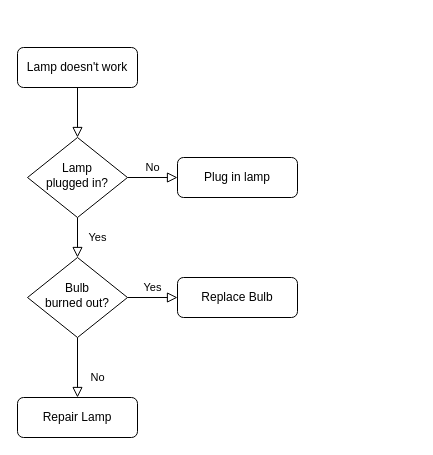
This is Untitled Diagram.drawio from RipXUzoth/Python-L1, a draw.io file, before an edit. Source tidied: cells renumbered, new cells numbered last; positions are measured from the earlier drawing's top-left corner, leaving out a move shared by most shapes. Both pictures are drawn from the tidied source at 100%, with x=0, y=0 at pixel (17, 47).
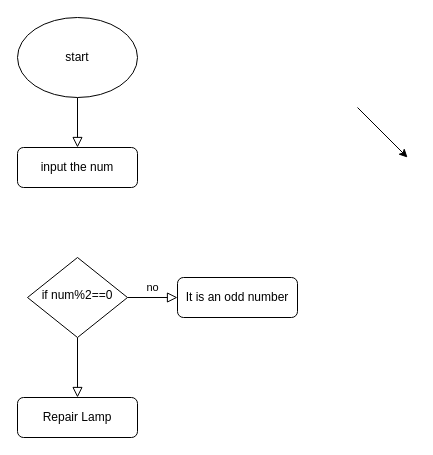
After the change.

The edit, as a diff of the source:
```diff
@@
 <mxGraphModel>
   <root>
     <mxCell id="0" />
     <mxCell id="1" parent="0" />
-    <mxCell id="2" style="rounded=0;html=1;jettySize=auto;fontSize=11;endArrow=block;endFill=0;endSize=8;strokeWidth=1;shadow=0;labelBackgroundColor=none;edgeStyle=orthogonalEdgeStyle;" parent="1" edge="1" source="3" target="6">
-      <mxGeometry relative="1" as="geometry" />
+    <mxCell id="2" style="rounded=0;html=1;jettySize=auto;orthogonalLoop=1;fontSize=11;endArrow=block;endFill=0;endSize=8;strokeWidth=1;shadow=0;labelBackgroundColor=none;edgeStyle=orthogonalEdgeStyle;" parent="1" edge="1">
+      <mxGeometry relative="1" as="geometry">
+        <mxPoint x="60" y="50" as="sourcePoint" />
+        <mxPoint x="60" y="100" as="targetPoint" />
+      </mxGeometry>
     </mxCell>
-    <mxCell id="3" value="Lamp doesn't work" style="rounded=1;whiteSpace=wrap;html=1;fontSize=12;glass=0;strokeWidth=1;shadow=0;" parent="1" vertex="1">
-      <mxGeometry width="120" height="40" as="geometry" />
-    </mxCell>
-    <mxCell id="4" value="Yes" style="rounded=0;html=1;jettySize=auto;fontSize=11;endArrow=block;endFill=0;endSize=8;strokeWidth=1;shadow=0;labelBackgroundColor=none;edgeStyle=orthogonalEdgeStyle;" parent="1" edge="1" source="6" target="10">
-      <mxGeometry y="20" relative="1" as="geometry" />
-    </mxCell>
-    <mxCell id="5" value="No" style="edgeStyle=orthogonalEdgeStyle;rounded=0;html=1;jettySize=auto;fontSize=11;endArrow=block;endFill=0;endSize=8;strokeWidth=1;shadow=0;labelBackgroundColor=none;" parent="1" edge="1" source="6" target="7">
-      <mxGeometry y="10" relative="1" as="geometry" />
-    </mxCell>
-    <mxCell id="6" value="Lamp&lt;br&gt;plugged in?" style="rhombus;whiteSpace=wrap;html=1;shadow=0;fontFamily=Helvetica;fontSize=12;align=center;strokeWidth=1;spacing=6;spacingTop=-4;" parent="1" vertex="1">
-      <mxGeometry x="10" y="90" width="100" height="80" as="geometry" />
-    </mxCell>
-    <mxCell id="7" value="Plug in lamp" style="rounded=1;whiteSpace=wrap;html=1;fontSize=12;glass=0;strokeWidth=1;shadow=0;" parent="1" vertex="1">
-      <mxGeometry x="160" y="110" width="120" height="40" as="geometry" />
+    <mxCell id="7" value="input the num" style="rounded=1;whiteSpace=wrap;html=1;fontSize=12;glass=0;strokeWidth=1;shadow=0;" parent="1" vertex="1">
+      <mxGeometry y="100" width="120" height="40" as="geometry" />
     </mxCell>
-    <mxCell id="8" value="No" style="rounded=0;html=1;jettySize=auto;fontSize=11;endArrow=block;endFill=0;endSize=8;strokeWidth=1;shadow=0;labelBackgroundColor=none;edgeStyle=orthogonalEdgeStyle;" parent="1" edge="1" source="10" target="11">
+    <mxCell id="8" style="rounded=0;html=1;jettySize=auto;fontSize=11;endArrow=block;endFill=0;endSize=8;strokeWidth=1;shadow=0;labelBackgroundColor=none;edgeStyle=orthogonalEdgeStyle;" parent="1" edge="1" source="10" target="11">
       <mxGeometry x="0.33" y="20" relative="1" as="geometry" />
     </mxCell>
-    <mxCell id="9" value="Yes" style="edgeStyle=orthogonalEdgeStyle;rounded=0;html=1;jettySize=auto;fontSize=11;endArrow=block;endFill=0;endSize=8;strokeWidth=1;shadow=0;labelBackgroundColor=none;" parent="1" edge="1" source="10" target="12">
+    <mxCell id="9" value="no" style="edgeStyle=orthogonalEdgeStyle;rounded=0;html=1;jettySize=auto;fontSize=11;endArrow=block;endFill=0;endSize=8;strokeWidth=1;shadow=0;labelBackgroundColor=none;" parent="1" edge="1" source="10" target="12">
       <mxGeometry y="10" relative="1" as="geometry" />
     </mxCell>
-    <mxCell id="10" value="Bulb&lt;br&gt;burned out?" style="rhombus;whiteSpace=wrap;html=1;shadow=0;fontFamily=Helvetica;fontSize=12;align=center;strokeWidth=1;spacing=6;spacingTop=-4;" parent="1" vertex="1">
+    <mxCell id="10" value="if num%2==0" style="rhombus;whiteSpace=wrap;html=1;shadow=0;fontFamily=Helvetica;fontSize=12;align=center;strokeWidth=1;spacing=6;spacingTop=-4;" parent="1" vertex="1">
       <mxGeometry x="10" y="210" width="100" height="80" as="geometry" />
     </mxCell>
     <mxCell id="11" value="Repair Lamp" style="rounded=1;whiteSpace=wrap;html=1;fontSize=12;glass=0;strokeWidth=1;shadow=0;" parent="1" vertex="1">
       <mxGeometry y="350" width="120" height="40" as="geometry" />
     </mxCell>
-    <mxCell id="12" value="Replace Bulb" style="rounded=1;whiteSpace=wrap;html=1;fontSize=12;glass=0;strokeWidth=1;shadow=0;" parent="1" vertex="1">
+    <mxCell id="12" value="It is an odd number" style="rounded=1;whiteSpace=wrap;html=1;fontSize=12;glass=0;strokeWidth=1;shadow=0;" parent="1" vertex="1">
       <mxGeometry x="160" y="230" width="120" height="40" as="geometry" />
     </mxCell>
+    <mxCell id="13" value="start" style="ellipse;whiteSpace=wrap;html=1;" parent="1" vertex="1">
+      <mxGeometry y="-30" width="120" height="80" as="geometry" />
+    </mxCell>
+    <mxCell id="14" style="endArrow=classic;html=1;rounded=0;" parent="1" edge="1">
+      <mxGeometry relative="1" as="geometry">
+        <mxPoint x="340" y="60" as="sourcePoint" />
+        <mxPoint x="390" y="110" as="targetPoint" />
+      </mxGeometry>
+    </mxCell>
   </root>
 </mxGraphModel>
```
